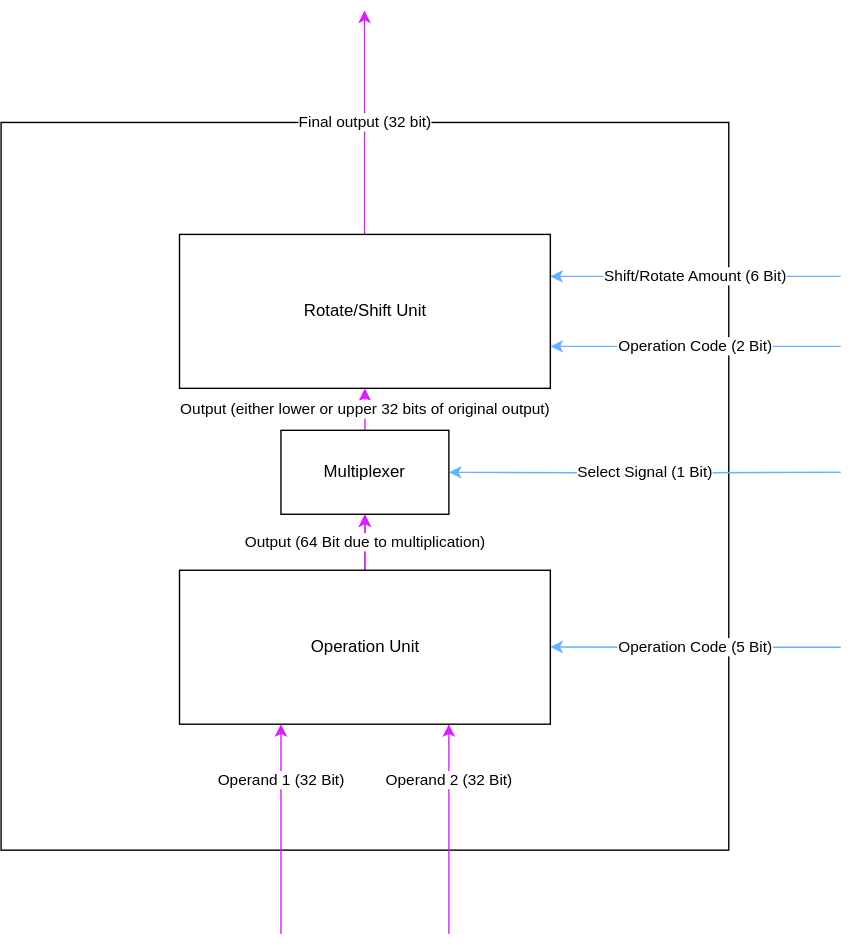
Earlier version of the draw.io export docs/ALU.drawio.svg (Sanotsch2003/MiPro-XG-V1). Source tidied: cells renumbered, new cells last; positions are measured from the earlier drawing's top-left corner, leaving out a move shared by most shapes.
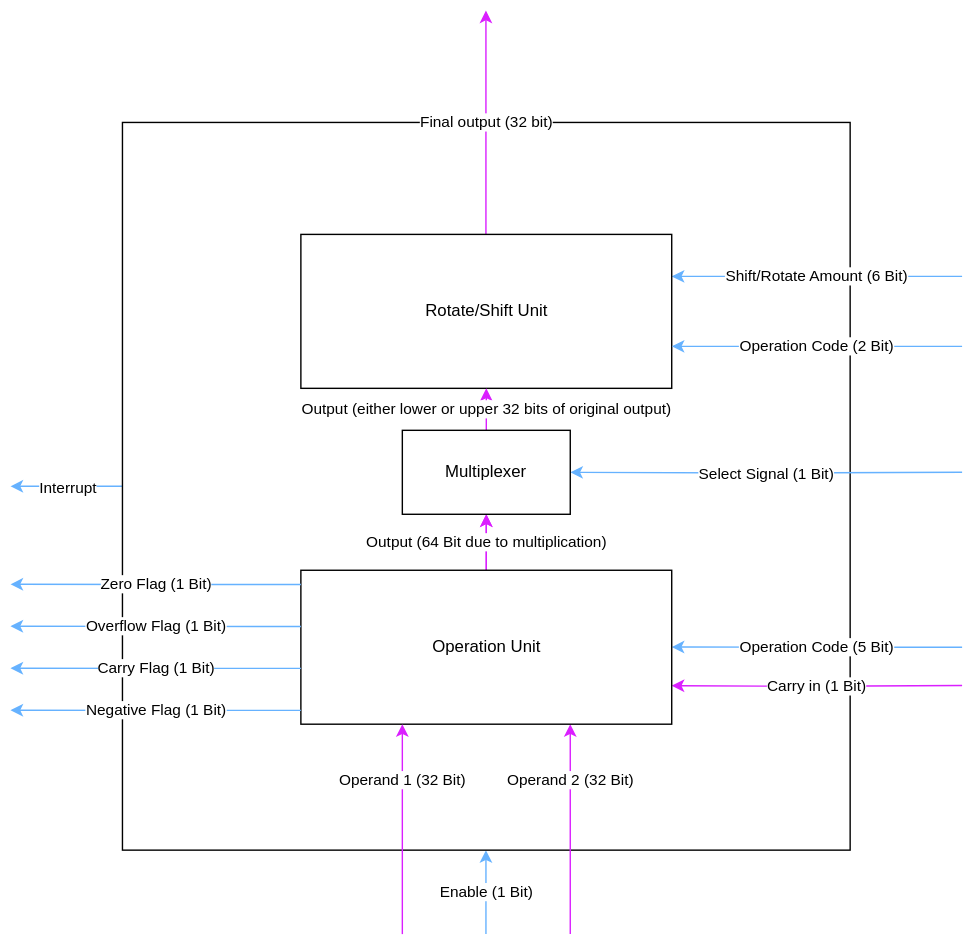
After the change.

Change to the diagram source:
```diff
@@ -2,6 +2,17 @@
   <root>
     <mxCell id="0" />
     <mxCell id="1" parent="0" />
+    <mxCell id="16" value="Enable (1 Bit)" style="edgeStyle=orthogonalEdgeStyle;rounded=0;orthogonalLoop=1;jettySize=auto;html=1;strokeColor=#66B2FF;" parent="1" edge="1">
+      <mxGeometry relative="1" as="geometry">
+        <mxPoint x="259.8" y="660" as="sourcePoint" />
+        <mxPoint x="259.8" y="600" as="targetPoint" />
+      </mxGeometry>
+    </mxCell>
+    <mxCell id="17" value="Interrupt" style="edgeStyle=orthogonalEdgeStyle;rounded=0;jettySize=auto;html=1;strokeColor=#66B2FF;" parent="1" edge="1" source="2">
+      <mxGeometry relative="1" as="geometry">
+        <mxPoint x="-80" y="340" as="targetPoint" />
+      </mxGeometry>
+    </mxCell>
     <mxCell id="2" style="whiteSpace=wrap;html=1;strokeColor=default;" parent="1" vertex="1">
       <mxGeometry y="80" width="520" height="520" as="geometry" />
     </mxCell>
@@ -26,6 +37,11 @@
     <mxCell id="6" value="Output (64 Bit due to multiplication)" style="edgeStyle=orthogonalEdgeStyle;rounded=0;jettySize=auto;html=1;strokeColor=#DA1FFF;" parent="1" edge="1" source="7" target="14">
       <mxGeometry relative="1" as="geometry" />
     </mxCell>
+    <mxCell id="18" value="Carry in (1 Bit)" style="edgeStyle=orthogonalEdgeStyle;rounded=0;jettySize=auto;html=1;exitX=1;exitY=0.75;exitDx=0;exitDy=0;entryX=1;entryY=0.75;entryDx=0;entryDy=0;strokeColor=#DA1FFF;" parent="1" edge="1" target="7">
+      <mxGeometry relative="1" as="geometry">
+        <mxPoint x="600" y="482.4" as="sourcePoint" />
+      </mxGeometry>
+    </mxCell>
     <mxCell id="7" value="Operation Unit" style="rounded=0;whiteSpace=wrap;html=1;" parent="1" vertex="1">
       <mxGeometry x="127.5" y="400" width="265" height="110" as="geometry" />
     </mxCell>
@@ -67,5 +83,41 @@
         <mxPoint x="392.5" y="240" as="targetPoint" />
       </mxGeometry>
     </mxCell>
+    <mxCell id="19" value="Negative Flag (1 Bit)" style="edgeStyle=orthogonalEdgeStyle;rounded=0;orthogonalLoop=1;jettySize=auto;html=1;strokeColor=#66B2FF;" parent="1" edge="1">
+      <mxGeometry relative="1" as="geometry">
+        <mxPoint x="127.5" y="500.1" as="sourcePoint" />
+        <mxPoint x="-80" y="500" as="targetPoint" />
+        <Array as="points">
+          <mxPoint x="21" y="501" />
+        </Array>
+      </mxGeometry>
+    </mxCell>
+    <mxCell id="20" value="Zero Flag (1 Bit)" style="edgeStyle=orthogonalEdgeStyle;rounded=0;orthogonalLoop=1;jettySize=auto;html=1;strokeColor=#66B2FF;" parent="1" edge="1">
+      <mxGeometry relative="1" as="geometry">
+        <mxPoint x="127.5" y="410.1" as="sourcePoint" />
+        <mxPoint x="-80" y="410" as="targetPoint" />
+        <Array as="points">
+          <mxPoint x="21" y="411" />
+        </Array>
+      </mxGeometry>
+    </mxCell>
+    <mxCell id="21" value="Overflow Flag (1 Bit)" style="edgeStyle=orthogonalEdgeStyle;rounded=0;orthogonalLoop=1;jettySize=auto;html=1;strokeColor=#66B2FF;" parent="1" edge="1">
+      <mxGeometry relative="1" as="geometry">
+        <mxPoint x="127.5" y="440.1" as="sourcePoint" />
+        <mxPoint x="-80" y="440" as="targetPoint" />
+        <Array as="points">
+          <mxPoint x="21" y="441" />
+        </Array>
+      </mxGeometry>
+    </mxCell>
+    <mxCell id="22" value="Carry Flag (1 Bit)" style="edgeStyle=orthogonalEdgeStyle;rounded=0;orthogonalLoop=1;jettySize=auto;html=1;strokeColor=#66B2FF;" parent="1" edge="1">
+      <mxGeometry relative="1" as="geometry">
+        <mxPoint x="127.5" y="470.1" as="sourcePoint" />
+        <mxPoint x="-80" y="470" as="targetPoint" />
+        <Array as="points">
+          <mxPoint x="21" y="471" />
+        </Array>
+      </mxGeometry>
+    </mxCell>
   </root>
 </mxGraphModel>
```
